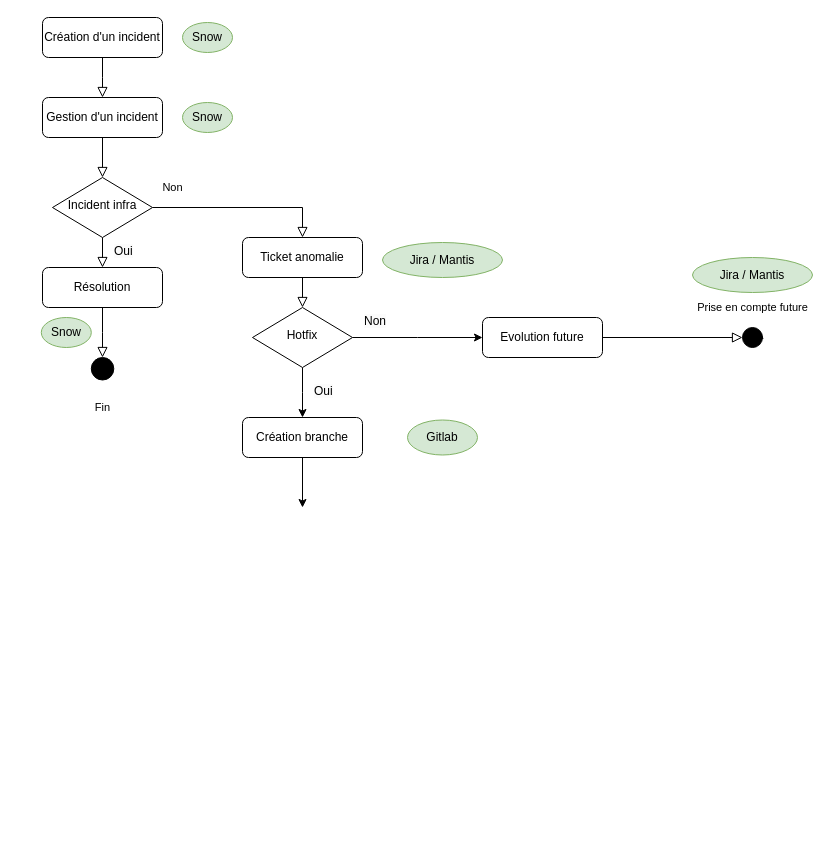
Before: diagrammes/Diagramme incident.drawio in mfaurel/drawio, a draw.io diagram. Source tidied: cells renumbered, new cells numbered last; positions are measured from the earlier drawing's top-left corner, leaving out a move shared by most shapes. Both pictures are drawn from the tidied source at 100%, with x=0, y=0 at pixel (41, 17).
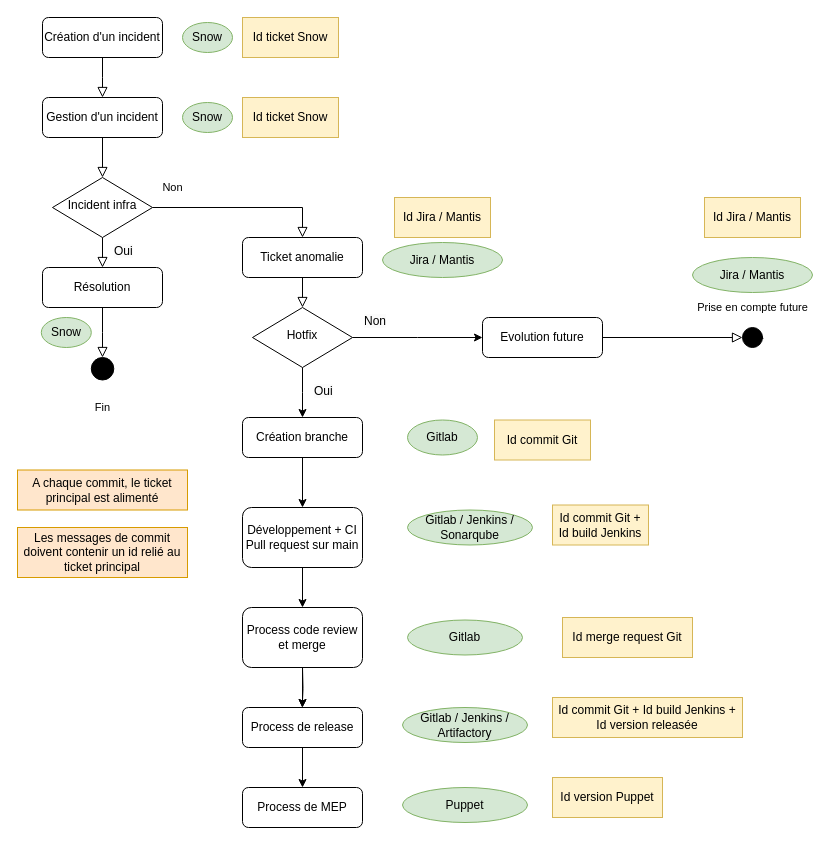
Above is the later version.

Commit message:
Mettre à jour Diagramme incident.drawio

What changed in the source:
```diff
@@
+    <mxCell id="32" value="Développement + CI&lt;br&gt;Pull request sur main" style="rounded=1;whiteSpace=wrap;html=1;fontSize=12;glass=0;strokeWidth=1;shadow=0;" parent="1" vertex="1">
+      <mxGeometry x="201" y="490" width="120" height="60" as="geometry" />
+    </mxCell>
+    <mxCell id="33" value="Gitlab / Jenkins / Sonarqube" style="ellipse;whiteSpace=wrap;html=1;fillColor=#d5e8d4;strokeColor=#82b366;" parent="1" vertex="1">
+      <mxGeometry x="366" y="492.5" width="125" height="35" as="geometry" />
+    </mxCell>
+    <mxCell id="34" value="A chaque commit, le ticket principal est alimenté" style="rounded=0;whiteSpace=wrap;html=1;fillColor=#ffe6cc;strokeColor=#d79b00;" parent="1" vertex="1">
+      <mxGeometry x="-24" y="452.5" width="170" height="40" as="geometry" />
+    </mxCell>
+    <mxCell id="35" style="edgeStyle=orthogonalEdgeStyle;rounded=0;jettySize=auto;html=1;" parent="1" edge="1" source="36" target="38">
+      <mxGeometry relative="1" as="geometry" />
+    </mxCell>
+    <mxCell id="36" value="Process code review et merge" style="rounded=1;whiteSpace=wrap;html=1;fontSize=12;glass=0;strokeWidth=1;shadow=0;" parent="1" vertex="1">
+      <mxGeometry x="201" y="590" width="120" height="60" as="geometry" />
+    </mxCell>
+    <mxCell id="37" style="edgeStyle=orthogonalEdgeStyle;rounded=0;jettySize=auto;html=1;exitX=0.5;exitY=1;exitDx=0;exitDy=0;entryX=0.5;entryY=0;entryDx=0;entryDy=0;" parent="1" edge="1" source="32" target="36">
+      <mxGeometry relative="1" as="geometry" />
+    </mxCell>
+    <mxCell id="38" value="Process de release" style="rounded=1;whiteSpace=wrap;html=1;fontSize=12;glass=0;strokeWidth=1;shadow=0;" parent="1" vertex="1">
+      <mxGeometry x="201" y="690" width="120" height="40" as="geometry" />
+    </mxCell>
+    <mxCell id="39" value="Gitlab" style="ellipse;whiteSpace=wrap;html=1;fillColor=#d5e8d4;strokeColor=#82b366;" parent="1" vertex="1">
+      <mxGeometry x="366" y="602.5" width="115" height="35" as="geometry" />
+    </mxCell>
+    <mxCell id="40" value="Gitlab / Jenkins / Artifactory" style="ellipse;whiteSpace=wrap;html=1;fillColor=#d5e8d4;strokeColor=#82b366;" parent="1" vertex="1">
+      <mxGeometry x="361" y="690" width="125" height="35" as="geometry" />
+    </mxCell>
+    <mxCell id="41" style="edgeStyle=orthogonalEdgeStyle;rounded=0;orthogonalLoop=1;jettySize=auto;html=1;entryX=0.5;entryY=0;entryDx=0;entryDy=0;" parent="1" edge="1">
+      <mxGeometry relative="1" as="geometry">
+        <mxPoint x="261" y="650" as="sourcePoint" />
+        <mxPoint x="260.7" y="690" as="targetPoint" />
+      </mxGeometry>
+    </mxCell>
+    <mxCell id="42" value="Process de MEP" style="rounded=1;whiteSpace=wrap;html=1;fontSize=12;glass=0;strokeWidth=1;shadow=0;" parent="1" vertex="1">
+      <mxGeometry x="201" y="770" width="120" height="40" as="geometry" />
+    </mxCell>
+    <mxCell id="43" style="edgeStyle=orthogonalEdgeStyle;rounded=0;jettySize=auto;html=1;entryX=0.5;entryY=0;entryDx=0;entryDy=0;exitX=0.5;exitY=1;exitDx=0;exitDy=0;" parent="1" edge="1" source="38" target="42">
+      <mxGeometry relative="1" as="geometry" />
+    </mxCell>
+    <mxCell id="44" value="Puppet" style="ellipse;whiteSpace=wrap;html=1;fillColor=#d5e8d4;strokeColor=#82b366;" parent="1" vertex="1">
+      <mxGeometry x="361" y="770" width="125" height="35" as="geometry" />
+    </mxCell>
+    <mxCell id="45" value="Id ticket Snow" style="rounded=0;whiteSpace=wrap;html=1;fillColor=#fff2cc;strokeColor=#d6b656;" parent="1" vertex="1">
+      <mxGeometry x="201" width="96" height="40" as="geometry" />
+    </mxCell>
+    <mxCell id="46" value="Id Jira / Mantis" style="rounded=0;whiteSpace=wrap;html=1;fillColor=#fff2cc;strokeColor=#d6b656;" parent="1" vertex="1">
+      <mxGeometry x="353" y="180" width="96" height="40" as="geometry" />
+    </mxCell>
+    <mxCell id="47" value="Id ticket Snow" style="rounded=0;whiteSpace=wrap;html=1;fillColor=#fff2cc;strokeColor=#d6b656;" parent="1" vertex="1">
+      <mxGeometry x="201" y="80" width="96" height="40" as="geometry" />
+    </mxCell>
+    <mxCell id="48" value="Id Jira / Mantis" style="rounded=0;whiteSpace=wrap;html=1;fillColor=#fff2cc;strokeColor=#d6b656;" parent="1" vertex="1">
+      <mxGeometry x="663" y="180" width="96" height="40" as="geometry" />
+    </mxCell>
+    <mxCell id="49" value="Id commit Git" style="rounded=0;whiteSpace=wrap;html=1;fillColor=#fff2cc;strokeColor=#d6b656;" parent="1" vertex="1">
+      <mxGeometry x="453" y="402.5" width="96" height="40" as="geometry" />
+    </mxCell>
+    <mxCell id="50" value="Id commit Git + Id build Jenkins" style="rounded=0;whiteSpace=wrap;html=1;fillColor=#fff2cc;strokeColor=#d6b656;" parent="1" vertex="1">
+      <mxGeometry x="511" y="487.5" width="96" height="40" as="geometry" />
+    </mxCell>
+    <mxCell id="51" value="Id merge request Git" style="rounded=0;whiteSpace=wrap;html=1;fillColor=#fff2cc;strokeColor=#d6b656;" parent="1" vertex="1">
+      <mxGeometry x="521" y="600" width="130" height="40" as="geometry" />
+    </mxCell>
+    <mxCell id="52" value="Id commit Git + Id build Jenkins + Id version releasée" style="rounded=0;whiteSpace=wrap;html=1;fillColor=#fff2cc;strokeColor=#d6b656;" parent="1" vertex="1">
+      <mxGeometry x="511" y="680" width="190" height="40" as="geometry" />
+    </mxCell>
+    <mxCell id="53" value="Id version Puppet" style="rounded=0;whiteSpace=wrap;html=1;fillColor=#fff2cc;strokeColor=#d6b656;" parent="1" vertex="1">
+      <mxGeometry x="511" y="760" width="110" height="40" as="geometry" />
+    </mxCell>
+    <mxCell id="54" value="Les messages de commit doivent contenir un id relié au ticket principal" style="rounded=0;whiteSpace=wrap;html=1;fillColor=#ffe6cc;strokeColor=#d79b00;glass=0;" parent="1" vertex="1">
+      <mxGeometry x="-24" y="510" width="170" height="50" as="geometry" />
+    </mxCell>
```
